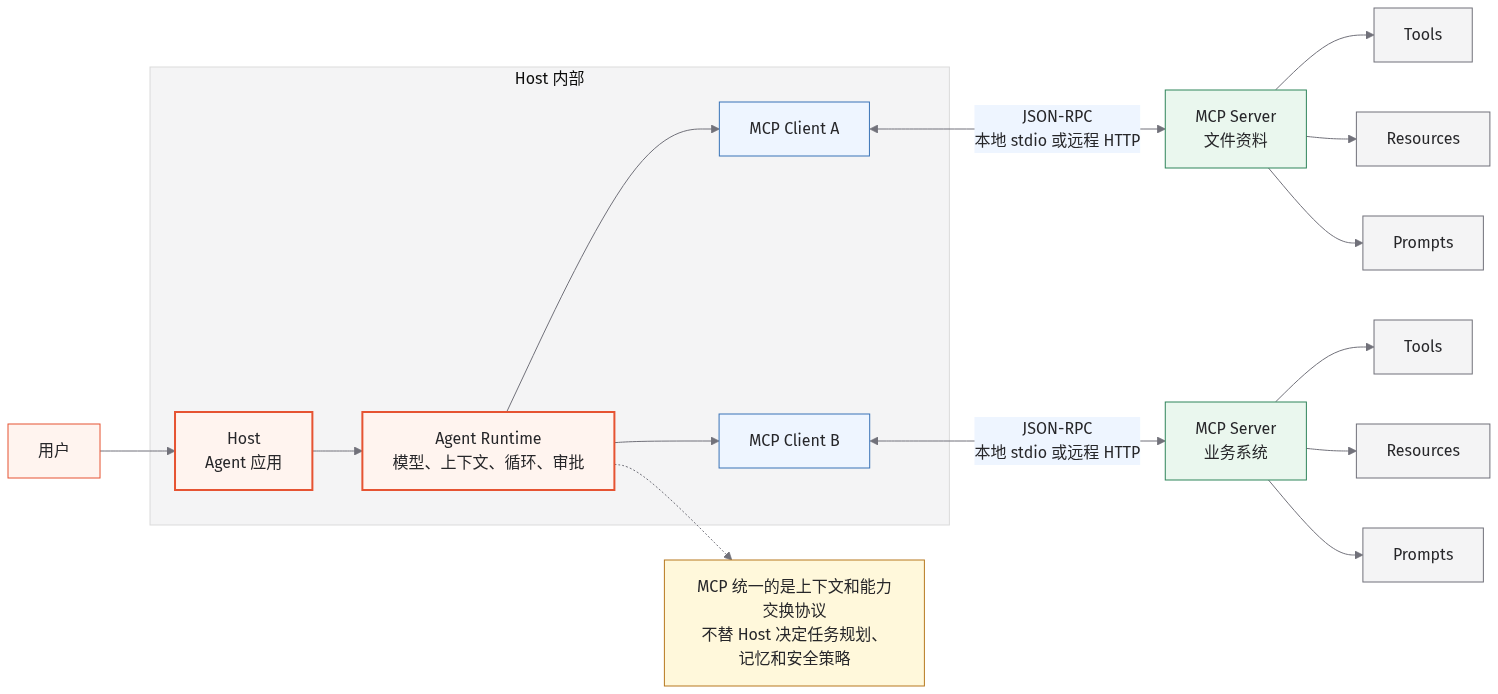
xiaofengtongxue-lab/xiaofengtongxue_tech keeps this Mermaid diagram as docs/public/diagrams/agents/mcp-architecture.png. Above is the earlier version. Its source is kept beside it as docs/public/diagrams/agents/mcp-architecture.mmd.
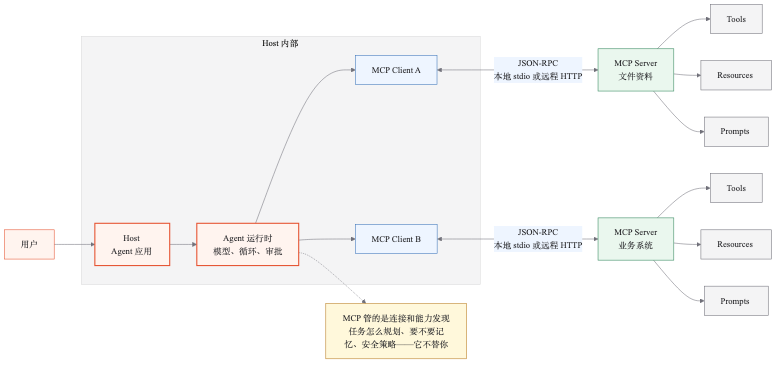
Later version of the same file.

Change to the diagram source:
```diff
@@ -3,7 +3,7 @@
   U["用户"] --> H["Host<br/>Agent 应用"]
 
   subgraph Host["Host 内部"]
-    H --> A["Agent Runtime<br/>模型、上下文、循环、审批"]
+    H --> A["Agent 运行时<br/>模型、循环、审批"]
     A --> C1["MCP Client A"]
     A --> C2["MCP Client B"]
   end
@@ -17,7 +17,7 @@
   S2 --> R2["Resources"]
   S2 --> P2["Prompts"]
 
-  N["MCP 统一的是上下文和能力交换协议<br/>不替 Host 决定任务规划、记忆和安全策略"]
+  N["MCP 管的是连接和能力发现<br/>任务怎么规划、要不要记忆、安全策略——它不替你做"]
   A -.-> N
 
   classDef host fill:#FFF4EF,stroke:#E65332,color:#27272A,stroke-width:2px;
```
